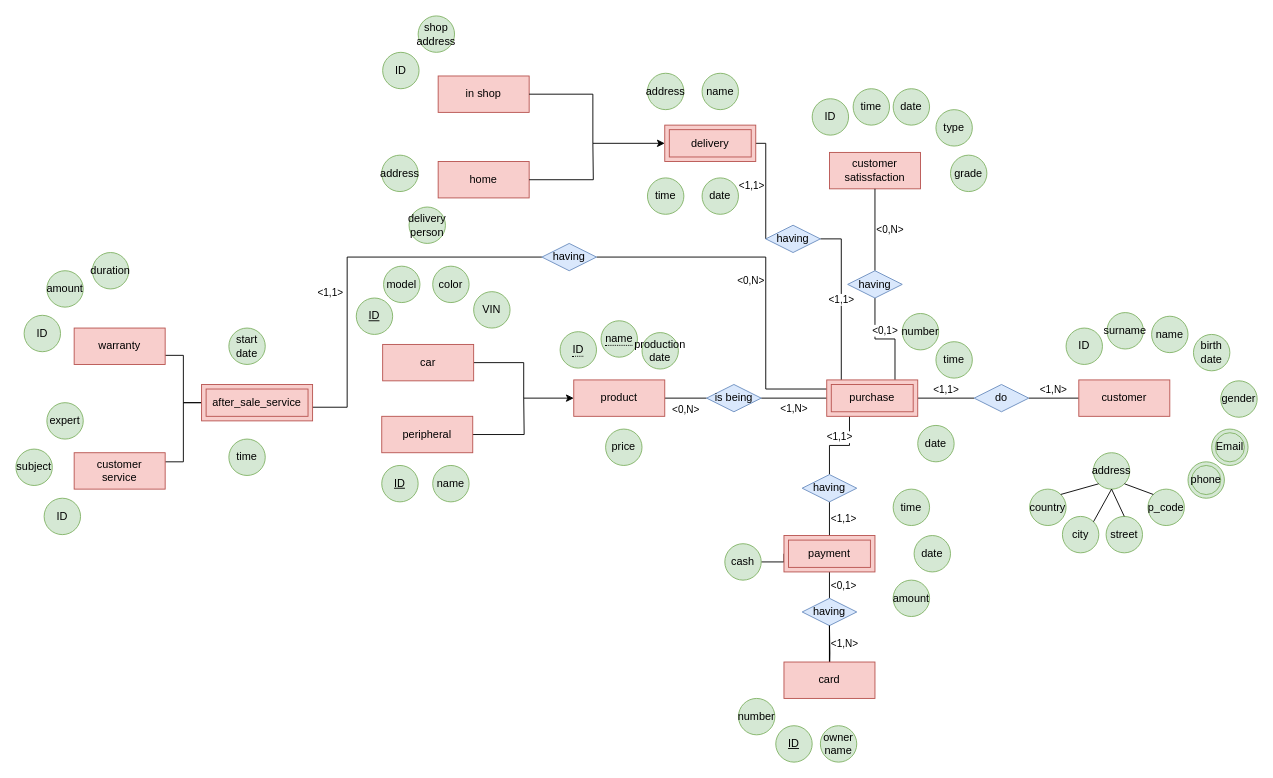
Earlier version of the draw.io diagram car_manufacturing1.drawio (mohsenshahii/database). Source tidied: cells renumbered, new cells numbered last; positions are measured from the earlier drawing's top-left corner, leaving out a move shared by most shapes. Both pictures are drawn from the tidied source at 91%, with x=0, y=0 at pixel (15, 15).
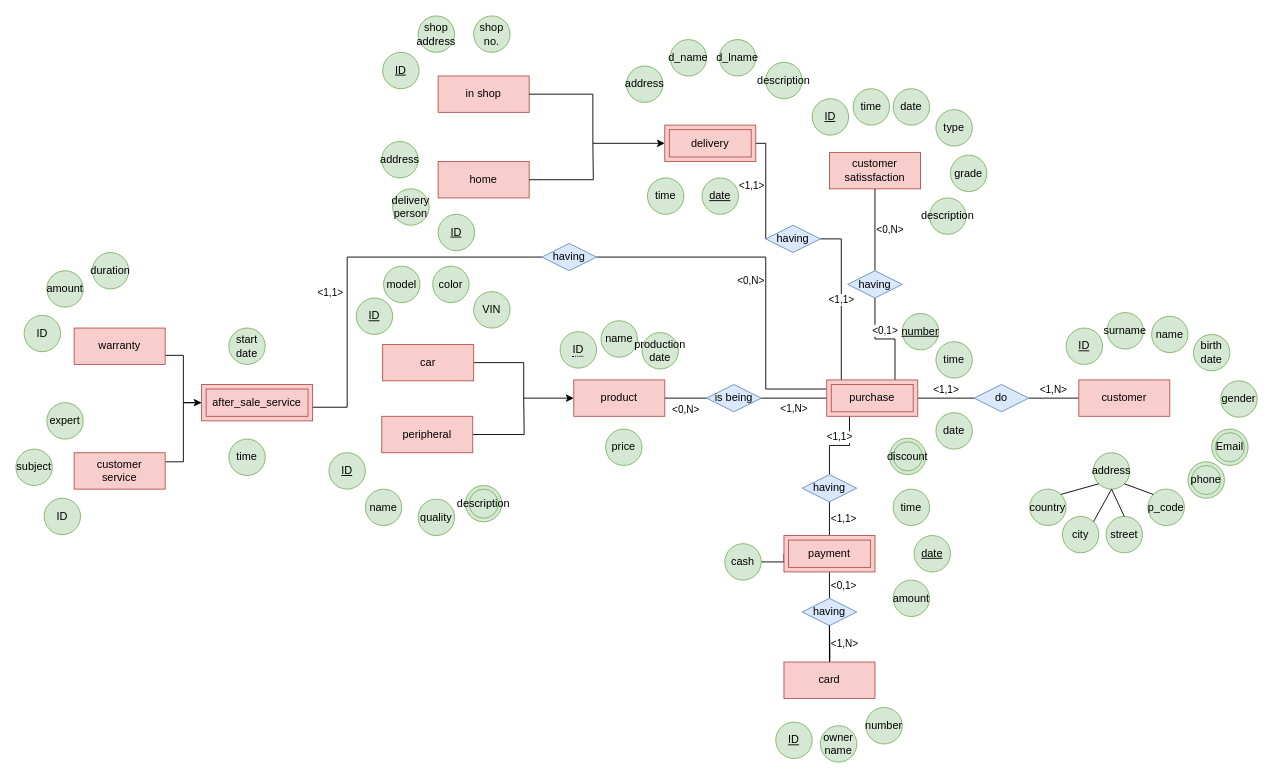
The same diagram, later.

Unchanged cells that the change refers to:
```xml
<mxCell id="49" value="customer&lt;br&gt;service" style="whiteSpace=wrap;html=1;align=center;rounded=0;sketch=0;fillColor=#f8cecc;strokeColor=#b85450;" parent="1" vertex="1">
  <mxGeometry x="64" y="480" width="100" height="40" as="geometry" />
</mxCell>
<mxCell id="97" value="after_sale_service" style="shape=ext;margin=3;double=1;whiteSpace=wrap;html=1;align=center;rounded=0;sketch=0;fillColor=#f8cecc;strokeColor=#b85450;" parent="1" vertex="1">
  <mxGeometry x="204" y="405" width="122" height="40" as="geometry" />
</mxCell>
```

What changed in the source:
```diff
@@
-    <mxCell id="4" value="ID" style="ellipse;whiteSpace=wrap;html=1;align=center;rounded=0;sketch=0;fillColor=#d5e8d4;strokeColor=#82b366;" parent="1" vertex="1">
+    <mxCell id="4" value="ID" style="ellipse;whiteSpace=wrap;html=1;align=center;rounded=0;sketch=0;fillColor=#d5e8d4;strokeColor=#82b366;fontStyle=4;" parent="1" vertex="1">
       <mxGeometry x="1154" y="343" width="40" height="40" as="geometry" />
     </mxCell>
@@
-    <mxCell id="10" value="&lt;span style=&quot;border-bottom: 1px dotted&quot;&gt;name&lt;/span&gt;" style="ellipse;whiteSpace=wrap;html=1;align=center;rounded=0;sketch=0;fillColor=#d5e8d4;strokeColor=#82b366;" parent="1" vertex="1">
+    <mxCell id="10" value="name" style="ellipse;whiteSpace=wrap;html=1;align=center;rounded=0;sketch=0;fillColor=#d5e8d4;strokeColor=#82b366;" parent="1" vertex="1">
       <mxGeometry x="643" y="335" width="40" height="40" as="geometry" />
     </mxCell>
@@
-    <mxCell id="22" value="date" style="ellipse;whiteSpace=wrap;html=1;align=center;rounded=0;sketch=0;fillColor=#d5e8d4;strokeColor=#82b366;" parent="1" vertex="1">
+    <mxCell id="22" value="date" style="ellipse;whiteSpace=wrap;html=1;align=center;rounded=0;sketch=0;fillColor=#d5e8d4;strokeColor=#82b366;fontStyle=4;" parent="1" vertex="1">
       <mxGeometry x="987" y="571" width="40" height="40" as="geometry" />
     </mxCell>
@@
     <mxCell id="26" value="ID" style="ellipse;whiteSpace=wrap;html=1;align=center;rounded=0;sketch=0;fillColor=#d5e8d4;strokeColor=#82b366;fontStyle=4;" parent="1" vertex="1">
-      <mxGeometry x="835" y="780" width="40" height="40" as="geometry" />
+      <mxGeometry x="835" y="776" width="40" height="40" as="geometry" />
     </mxCell>
@@
     <mxCell id="37" value="ID" style="ellipse;whiteSpace=wrap;html=1;align=center;rounded=0;sketch=0;fillColor=#d5e8d4;strokeColor=#82b366;fontStyle=4;" parent="1" vertex="1">
-      <mxGeometry x="402" y="494" width="40" height="40" as="geometry" />
+      <mxGeometry x="344" y="480" width="40" height="40" as="geometry" />
     </mxCell>
     <mxCell id="38" value="name" style="ellipse;whiteSpace=wrap;html=1;align=center;rounded=0;sketch=0;fillColor=#d5e8d4;strokeColor=#82b366;" parent="1" vertex="1">
-      <mxGeometry x="458" y="494" width="40" height="40" as="geometry" />
+      <mxGeometry x="384" y="520" width="40" height="40" as="geometry" />
     </mxCell>
@@
-    <mxCell id="48" style="edgeStyle=orthogonalEdgeStyle;rounded=0;sketch=0;jettySize=auto;html=1;exitX=1;exitY=0.25;exitDx=0;exitDy=0;entryX=0;entryY=0.5;entryDx=0;entryDy=0;endArrow=none;endFill=0;" parent="1" edge="1" source="49" target="97">
+    <mxCell id="48" style="edgeStyle=orthogonalEdgeStyle;rounded=0;sketch=0;jettySize=auto;html=1;exitX=1;exitY=0.25;exitDx=0;exitDy=0;entryX=0;entryY=0.5;entryDx=0;entryDy=0;endArrow=classic;endFill=1;" parent="1" edge="1" source="49" target="97">
       <mxGeometry relative="1" as="geometry" />
     </mxCell>
@@
     <mxCell id="53" value="address" style="ellipse;whiteSpace=wrap;html=1;align=center;rounded=0;sketch=0;fillColor=#d5e8d4;strokeColor=#82b366;" parent="1" vertex="1">
-      <mxGeometry x="694" y="63" width="40" height="40" as="geometry" />
+      <mxGeometry x="671" y="55" width="40" height="40" as="geometry" />
     </mxCell>
-    <mxCell id="54" value="name" style="ellipse;whiteSpace=wrap;html=1;align=center;rounded=0;sketch=0;fillColor=#d5e8d4;strokeColor=#82b366;" parent="1" vertex="1">
-      <mxGeometry x="754" y="63" width="40" height="40" as="geometry" />
+    <mxCell id="54" value="d_name" style="ellipse;whiteSpace=wrap;html=1;align=center;rounded=0;sketch=0;fillColor=#d5e8d4;strokeColor=#82b366;" parent="1" vertex="1">
+      <mxGeometry x="719" y="26" width="40" height="40" as="geometry" />
     </mxCell>
@@
-    <mxCell id="72" value="ID" style="ellipse;whiteSpace=wrap;html=1;align=center;rounded=0;sketch=0;fillColor=#d5e8d4;strokeColor=#82b366;" parent="1" vertex="1">
+    <mxCell id="72" value="ID" style="ellipse;whiteSpace=wrap;html=1;align=center;rounded=0;sketch=0;fillColor=#d5e8d4;strokeColor=#82b366;fontStyle=4;" parent="1" vertex="1">
       <mxGeometry x="875" y="91" width="40" height="40" as="geometry" />
     </mxCell>
@@
-    <mxCell id="78" value="date" style="ellipse;whiteSpace=wrap;html=1;align=center;rounded=0;sketch=0;fillColor=#d5e8d4;strokeColor=#82b366;" parent="1" vertex="1">
+    <mxCell id="78" value="date" style="ellipse;whiteSpace=wrap;html=1;align=center;rounded=0;sketch=0;fillColor=#d5e8d4;strokeColor=#82b366;fontStyle=4;" parent="1" vertex="1">
       <mxGeometry x="754" y="178" width="40" height="40" as="geometry" />
     </mxCell>
     <mxCell id="79" value="address" style="ellipse;whiteSpace=wrap;html=1;align=center;rounded=0;sketch=0;fillColor=#d5e8d4;strokeColor=#82b366;" parent="1" vertex="1">
-      <mxGeometry x="402" y="153" width="40" height="40" as="geometry" />
+      <mxGeometry x="402" y="138" width="40" height="40" as="geometry" />
     </mxCell>
     <mxCell id="80" value="delivery&lt;br&gt;person" style="ellipse;whiteSpace=wrap;html=1;align=center;rounded=0;sketch=0;fillColor=#d5e8d4;strokeColor=#82b366;" parent="1" vertex="1">
-      <mxGeometry x="432" y="210" width="40" height="40" as="geometry" />
+      <mxGeometry x="414" y="190" width="40" height="40" as="geometry" />
     </mxCell>
@@
-    <mxCell id="82" value="ID" style="ellipse;whiteSpace=wrap;html=1;align=center;rounded=0;sketch=0;fillColor=#d5e8d4;strokeColor=#82b366;" parent="1" vertex="1">
+    <mxCell id="82" value="ID" style="ellipse;whiteSpace=wrap;html=1;align=center;rounded=0;sketch=0;fillColor=#d5e8d4;strokeColor=#82b366;fontStyle=4;" parent="1" vertex="1">
       <mxGeometry x="403" y="40" width="40" height="40" as="geometry" />
     </mxCell>
@@
-    <mxCell id="89" value="number" style="ellipse;whiteSpace=wrap;html=1;align=center;rounded=0;sketch=0;fillColor=#d5e8d4;strokeColor=#82b366;" parent="1" vertex="1">
-      <mxGeometry x="794" y="750" width="40" height="40" as="geometry" />
-    </mxCell>
-    <mxCell id="90" value="number" style="ellipse;whiteSpace=wrap;html=1;align=center;rounded=0;sketch=0;fillColor=#d5e8d4;strokeColor=#82b366;" parent="1" vertex="1">
+    <mxCell id="90" value="number" style="ellipse;whiteSpace=wrap;html=1;align=center;rounded=0;sketch=0;fillColor=#d5e8d4;strokeColor=#82b366;fontStyle=4;" parent="1" vertex="1">
       <mxGeometry x="974" y="327" width="40" height="40" as="geometry" />
     </mxCell>
@@
     <mxCell id="92" value="date" style="ellipse;whiteSpace=wrap;html=1;align=center;rounded=0;sketch=0;fillColor=#d5e8d4;strokeColor=#82b366;" parent="1" vertex="1">
-      <mxGeometry x="991" y="450" width="40" height="40" as="geometry" />
+      <mxGeometry x="1011" y="436" width="40" height="40" as="geometry" />
     </mxCell>
@@
+    <mxCell id="103" value="description" style="ellipse;whiteSpace=wrap;html=1;align=center;rounded=0;sketch=0;fillColor=#d5e8d4;strokeColor=#82b366;" parent="1" vertex="1">
+      <mxGeometry x="1004" y="200" width="40" height="40" as="geometry" />
+    </mxCell>
+    <mxCell id="89" value="number" style="ellipse;whiteSpace=wrap;html=1;align=center;rounded=0;sketch=0;fillColor=#d5e8d4;strokeColor=#82b366;" parent="1" vertex="1">
+      <mxGeometry x="934" y="760" width="40" height="40" as="geometry" />
+    </mxCell>
+    <mxCell id="104" value="d_lname" style="ellipse;whiteSpace=wrap;html=1;align=center;rounded=0;sketch=0;fillColor=#d5e8d4;strokeColor=#82b366;" parent="1" vertex="1">
+      <mxGeometry x="773" y="26" width="40" height="40" as="geometry" />
+    </mxCell>
+    <mxCell id="105" value="description" style="ellipse;whiteSpace=wrap;html=1;align=center;rounded=0;sketch=0;fillColor=#d5e8d4;strokeColor=#82b366;" parent="1" vertex="1">
+      <mxGeometry x="824" y="51" width="40" height="40" as="geometry" />
+    </mxCell>
+    <mxCell id="106" value="shop&lt;br&gt;no." style="ellipse;whiteSpace=wrap;html=1;align=center;rounded=0;sketch=0;fillColor=#d5e8d4;strokeColor=#82b366;" parent="1" vertex="1">
+      <mxGeometry x="503" width="40" height="40" as="geometry" />
+    </mxCell>
+    <mxCell id="107" value="quality" style="ellipse;whiteSpace=wrap;html=1;align=center;rounded=0;sketch=0;fillColor=#d5e8d4;strokeColor=#82b366;" parent="1" vertex="1">
+      <mxGeometry x="442" y="531" width="40" height="40" as="geometry" />
+    </mxCell>
+    <mxCell id="108" value="description" style="ellipse;whiteSpace=wrap;html=1;align=center;rounded=0;sketch=0;shape=doubleEllipse;fillColor=#d5e8d4;strokeColor=#82b366;" parent="1" vertex="1">
+      <mxGeometry x="494" y="516" width="40" height="40" as="geometry" />
+    </mxCell>
+    <mxCell id="109" value="discount" style="ellipse;whiteSpace=wrap;html=1;align=center;rounded=0;sketch=0;shape=doubleEllipse;fillColor=#d5e8d4;strokeColor=#82b366;" parent="1" vertex="1">
+      <mxGeometry x="960" y="464" width="40" height="40" as="geometry" />
+    </mxCell>
+    <mxCell id="110" value="ID" style="ellipse;whiteSpace=wrap;html=1;align=center;rounded=0;sketch=0;fillColor=#d5e8d4;strokeColor=#82b366;fontStyle=4;" parent="1" vertex="1">
+      <mxGeometry x="464" y="218" width="40" height="40" as="geometry" />
+    </mxCell>
```
